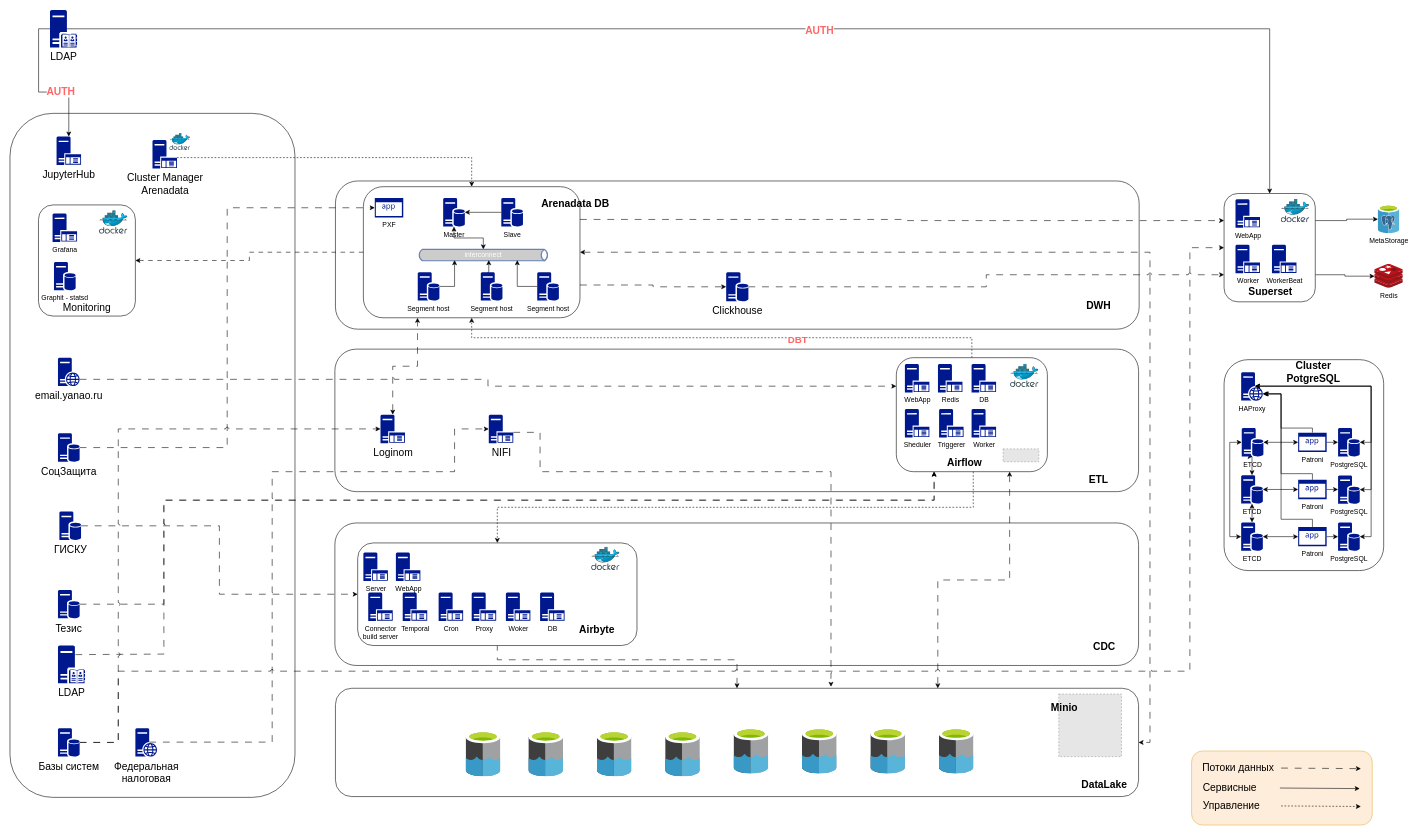
Before: Диаграмма без названия.drawio in SamRozhkov/struct, a draw.io diagram. Source tidied: cells renumbered, new cells numbered last; positions are measured from the earlier drawing's top-left corner, leaving out a move shared by most shapes. Both pictures are drawn from the tidied source at 57%, with x=0, y=0 at pixel (10, 10). Pictures stored in the file or linked from it are replaced by grey dashed boxes.
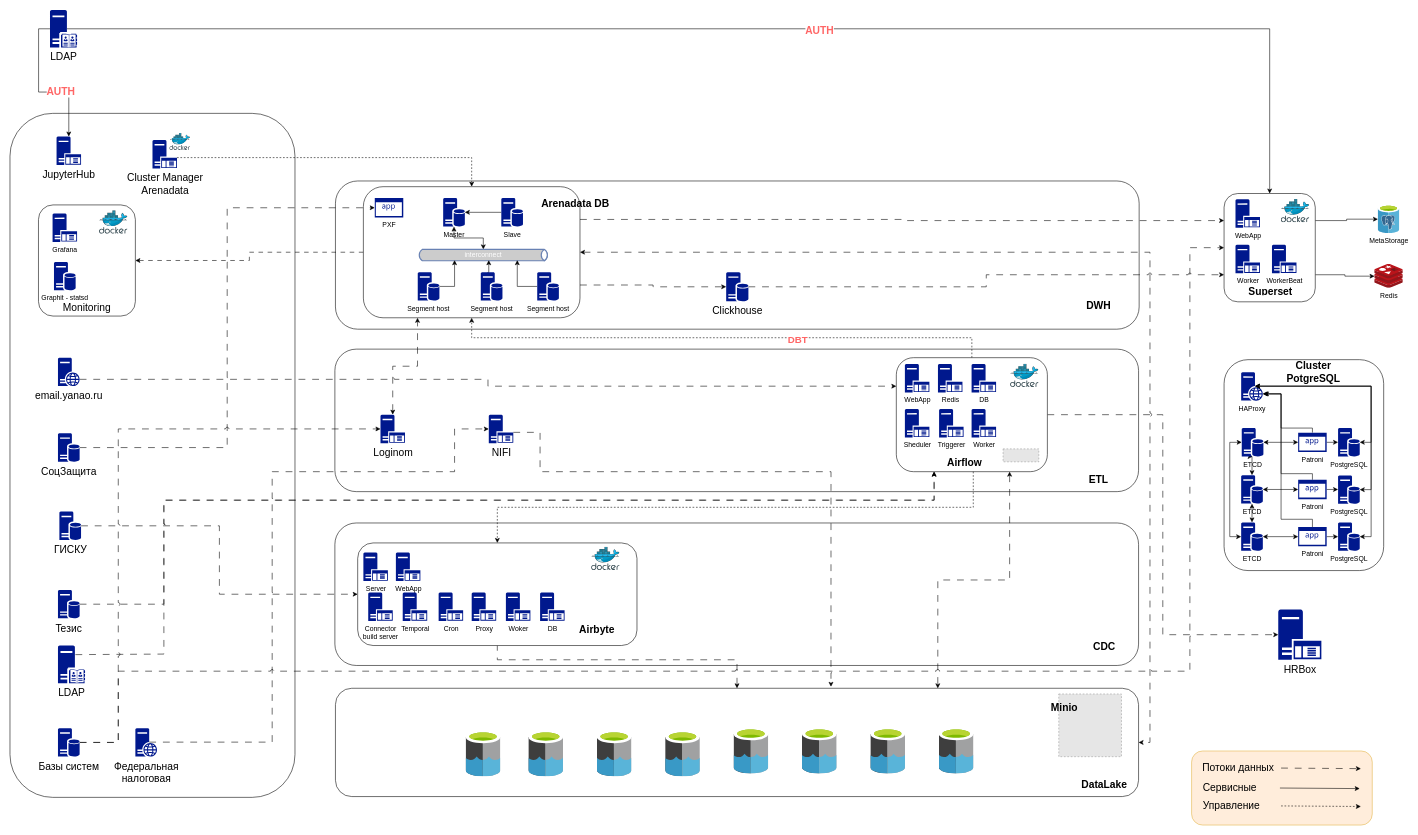
After the change.

Unchanged cells that the change refers to:
```xml
<mxCell id="40" style="rounded=1;whiteSpace=wrap;html=1;" parent="1" vertex="1">
  <mxGeometry x="1555" y="610" width="265" height="200" as="geometry" />
</mxCell>
```

The edit, as a diff of the source:
```diff
@@
+    <mxCell id="145" style="edgeStyle=orthogonalEdgeStyle;rounded=0;jettySize=auto;html=1;exitX=1;exitY=0.5;exitDx=0;exitDy=0;entryX=0;entryY=0.5;entryDx=0;entryDy=0;entryPerimeter=0;dashed=1;dashPattern=12 12;" parent="1" edge="1" source="40" target="146">
+      <mxGeometry relative="1" as="geometry" />
+    </mxCell>
@@
+    <mxCell id="146" value="&lt;font style=&quot;font-size: 18px;&quot;&gt;HRBox&lt;/font&gt;" style="sketch=0;shadow=0;dashed=0;html=1;strokeColor=none;labelPosition=center;verticalLabelPosition=bottom;verticalAlign=top;align=center;fillColor=#00188D;shape=mxgraph.mscae.enterprise.application_server;" parent="1" vertex="1">
+      <mxGeometry x="2225" y="1052" width="75.7" height="88" as="geometry" />
+    </mxCell>
```
